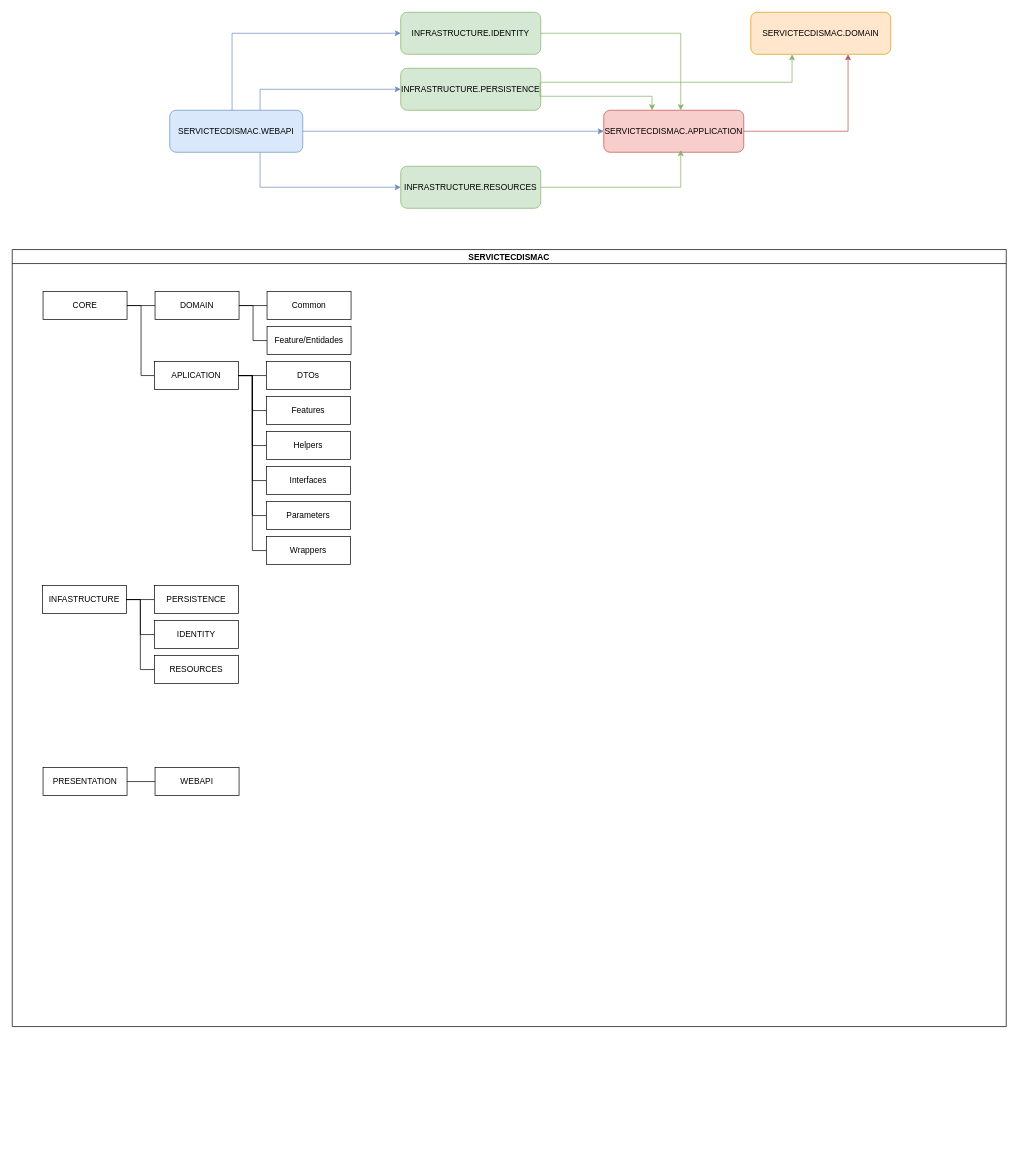
Earlier version of the draw.io diagram Diagrama sin título.drawio (tjtorrico/WEB.NET). Source tidied: cells renumbered, new cells numbered last; positions are measured from the earlier drawing's top-left corner, leaving out a move shared by most shapes. Both pictures are drawn from the tidied source at 70%, with x=0, y=0 at pixel (12, 12).
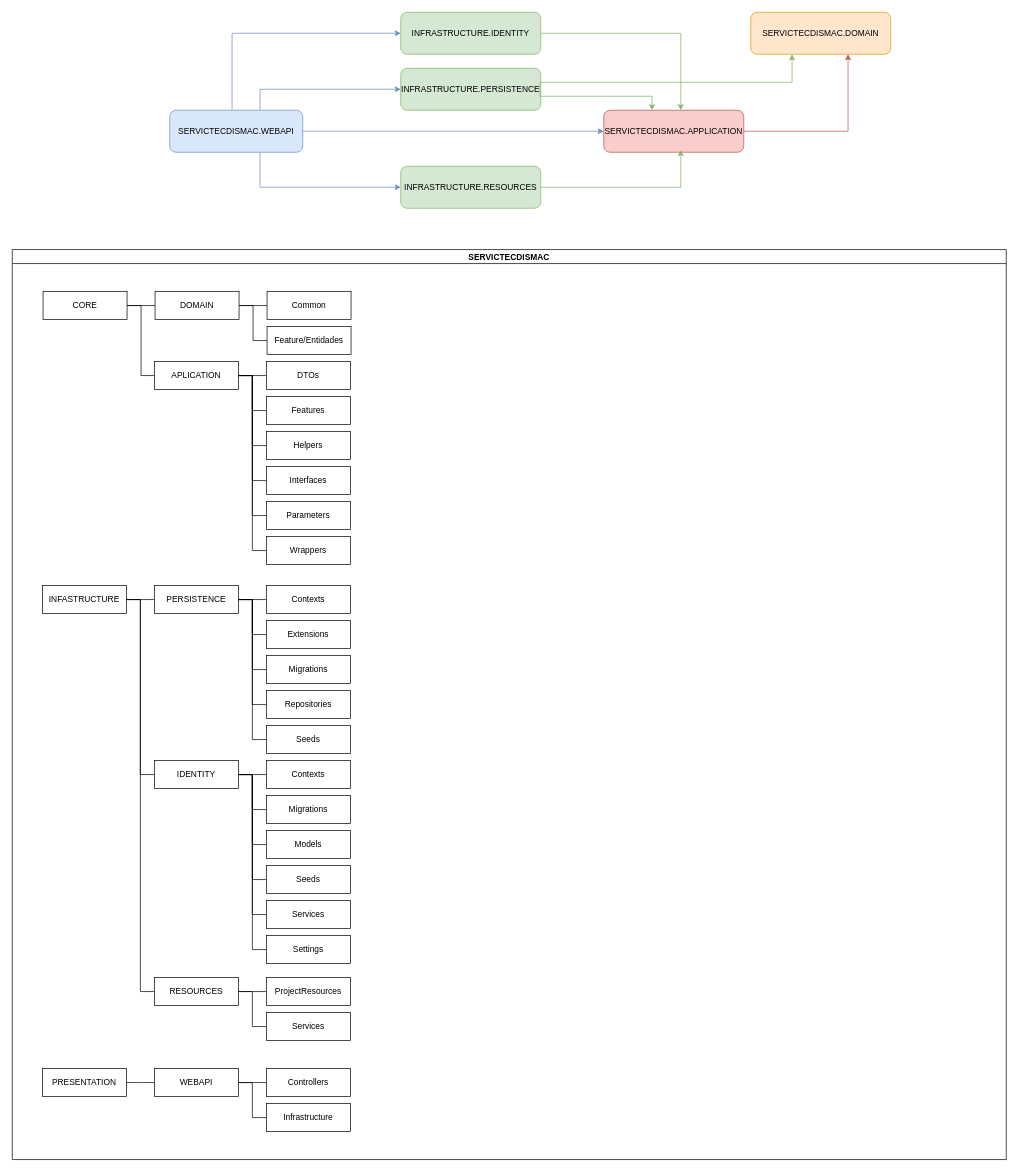
After the change.

The change refers to these unchanged cells:
```xml
<mxCell id="26" value="PERSISTENCE" style="whiteSpace=wrap;html=1;newEdgeStyle={&quot;edgeStyle&quot;:&quot;elbowEdgeStyle&quot;,&quot;startArrow&quot;:&quot;none&quot;,&quot;endArrow&quot;:&quot;none&quot;};" parent="17" vertex="1">
  <mxGeometry x="203" y="480" width="120" height="40" as="geometry" />
</mxCell>
```

What changed in the source:
```diff
@@
     <mxCell id="17" value="SERVICTECDISMAC" style="swimlane;startSize=20;horizontal=1;containerType=tree;" parent="1" vertex="1">
-      <mxGeometry y="339" width="1420" height="1110" as="geometry" />
+      <mxGeometry y="339" width="1420" height="1300" as="geometry" />
     </mxCell>
@@
     <mxCell id="20" value="PRESENTATION" style="whiteSpace=wrap;html=1;newEdgeStyle={&quot;edgeStyle&quot;:&quot;elbowEdgeStyle&quot;,&quot;startArrow&quot;:&quot;none&quot;,&quot;endArrow&quot;:&quot;none&quot;};" parent="17" vertex="1">
-      <mxGeometry x="44" y="740" width="120" height="40" as="geometry" />
+      <mxGeometry x="43" y="1170" width="120" height="40" as="geometry" />
     </mxCell>
@@
     <mxCell id="28" value="IDENTITY" style="whiteSpace=wrap;html=1;newEdgeStyle={&quot;edgeStyle&quot;:&quot;elbowEdgeStyle&quot;,&quot;startArrow&quot;:&quot;none&quot;,&quot;endArrow&quot;:&quot;none&quot;};" parent="17" vertex="1">
-      <mxGeometry x="203" y="530" width="120" height="40" as="geometry" />
+      <mxGeometry x="203" y="730" width="120" height="40" as="geometry" />
     </mxCell>
@@
     <mxCell id="30" value="RESOURCES" style="whiteSpace=wrap;html=1;newEdgeStyle={&quot;edgeStyle&quot;:&quot;elbowEdgeStyle&quot;,&quot;startArrow&quot;:&quot;none&quot;,&quot;endArrow&quot;:&quot;none&quot;};" parent="17" vertex="1">
-      <mxGeometry x="203" y="580" width="120" height="40" as="geometry" />
+      <mxGeometry x="203" y="1040" width="120" height="40" as="geometry" />
     </mxCell>
@@
     <mxCell id="32" value="WEBAPI" style="whiteSpace=wrap;html=1;newEdgeStyle={&quot;edgeStyle&quot;:&quot;elbowEdgeStyle&quot;,&quot;startArrow&quot;:&quot;none&quot;,&quot;endArrow&quot;:&quot;none&quot;};" parent="17" vertex="1">
-      <mxGeometry x="204" y="740" width="120" height="40" as="geometry" />
+      <mxGeometry x="203" y="1170" width="120" height="40" as="geometry" />
     </mxCell>
@@
+    <mxCell id="49" style="edgeStyle=elbowEdgeStyle;rounded=0;jettySize=auto;html=1;elbow=horizontal;startArrow=none;endArrow=none;" parent="17" edge="1" source="26" target="50">
+      <mxGeometry relative="1" as="geometry" />
+    </mxCell>
+    <mxCell id="50" value="Contexts" style="whiteSpace=wrap;html=1;newEdgeStyle={&quot;edgeStyle&quot;:&quot;elbowEdgeStyle&quot;,&quot;startArrow&quot;:&quot;none&quot;,&quot;endArrow&quot;:&quot;none&quot;};" parent="17" vertex="1">
+      <mxGeometry x="363" y="480" width="120" height="40" as="geometry" />
+    </mxCell>
+    <mxCell id="51" style="edgeStyle=elbowEdgeStyle;rounded=0;jettySize=auto;html=1;elbow=horizontal;startArrow=none;endArrow=none;" parent="17" edge="1" source="26" target="52">
+      <mxGeometry relative="1" as="geometry" />
+    </mxCell>
+    <mxCell id="52" value="Extensions" style="whiteSpace=wrap;html=1;newEdgeStyle={&quot;edgeStyle&quot;:&quot;elbowEdgeStyle&quot;,&quot;startArrow&quot;:&quot;none&quot;,&quot;endArrow&quot;:&quot;none&quot;};" parent="17" vertex="1">
+      <mxGeometry x="363" y="530" width="120" height="40" as="geometry" />
+    </mxCell>
+    <mxCell id="53" style="edgeStyle=elbowEdgeStyle;rounded=0;jettySize=auto;html=1;elbow=horizontal;startArrow=none;endArrow=none;" parent="17" edge="1" source="26" target="54">
+      <mxGeometry relative="1" as="geometry" />
+    </mxCell>
+    <mxCell id="54" value="Migrations" style="whiteSpace=wrap;html=1;newEdgeStyle={&quot;edgeStyle&quot;:&quot;elbowEdgeStyle&quot;,&quot;startArrow&quot;:&quot;none&quot;,&quot;endArrow&quot;:&quot;none&quot;};" parent="17" vertex="1">
+      <mxGeometry x="363" y="580" width="120" height="40" as="geometry" />
+    </mxCell>
+    <mxCell id="55" style="edgeStyle=elbowEdgeStyle;rounded=0;jettySize=auto;html=1;elbow=horizontal;startArrow=none;endArrow=none;" parent="17" edge="1" source="26" target="56">
+      <mxGeometry relative="1" as="geometry" />
+    </mxCell>
+    <mxCell id="56" value="Repositories" style="whiteSpace=wrap;html=1;newEdgeStyle={&quot;edgeStyle&quot;:&quot;elbowEdgeStyle&quot;,&quot;startArrow&quot;:&quot;none&quot;,&quot;endArrow&quot;:&quot;none&quot;};" parent="17" vertex="1">
+      <mxGeometry x="363" y="630" width="120" height="40" as="geometry" />
+    </mxCell>
+    <mxCell id="57" style="edgeStyle=elbowEdgeStyle;rounded=0;jettySize=auto;html=1;elbow=horizontal;startArrow=none;endArrow=none;" parent="17" edge="1" source="26" target="58">
+      <mxGeometry relative="1" as="geometry" />
+    </mxCell>
+    <mxCell id="58" value="Seeds" style="whiteSpace=wrap;html=1;newEdgeStyle={&quot;edgeStyle&quot;:&quot;elbowEdgeStyle&quot;,&quot;startArrow&quot;:&quot;none&quot;,&quot;endArrow&quot;:&quot;none&quot;};" parent="17" vertex="1">
+      <mxGeometry x="363" y="680" width="120" height="40" as="geometry" />
+    </mxCell>
+    <mxCell id="59" style="edgeStyle=elbowEdgeStyle;rounded=0;jettySize=auto;html=1;elbow=horizontal;startArrow=none;endArrow=none;" parent="17" edge="1" source="28" target="60">
+      <mxGeometry relative="1" as="geometry" />
+    </mxCell>
+    <mxCell id="60" value="Contexts" style="whiteSpace=wrap;html=1;newEdgeStyle={&quot;edgeStyle&quot;:&quot;elbowEdgeStyle&quot;,&quot;startArrow&quot;:&quot;none&quot;,&quot;endArrow&quot;:&quot;none&quot;};" parent="17" vertex="1">
+      <mxGeometry x="363" y="730" width="120" height="40" as="geometry" />
+    </mxCell>
+    <mxCell id="61" style="edgeStyle=elbowEdgeStyle;rounded=0;jettySize=auto;html=1;elbow=horizontal;startArrow=none;endArrow=none;" parent="17" edge="1" source="28" target="62">
+      <mxGeometry relative="1" as="geometry" />
+    </mxCell>
+    <mxCell id="62" value="Migrations" style="whiteSpace=wrap;html=1;newEdgeStyle={&quot;edgeStyle&quot;:&quot;elbowEdgeStyle&quot;,&quot;startArrow&quot;:&quot;none&quot;,&quot;endArrow&quot;:&quot;none&quot;};" parent="17" vertex="1">
+      <mxGeometry x="363" y="780" width="120" height="40" as="geometry" />
+    </mxCell>
+    <mxCell id="63" style="edgeStyle=elbowEdgeStyle;rounded=0;jettySize=auto;html=1;elbow=horizontal;startArrow=none;endArrow=none;" parent="17" edge="1" source="28" target="64">
+      <mxGeometry relative="1" as="geometry" />
+    </mxCell>
+    <mxCell id="64" value="Models" style="whiteSpace=wrap;html=1;newEdgeStyle={&quot;edgeStyle&quot;:&quot;elbowEdgeStyle&quot;,&quot;startArrow&quot;:&quot;none&quot;,&quot;endArrow&quot;:&quot;none&quot;};" parent="17" vertex="1">
+      <mxGeometry x="363" y="830" width="120" height="40" as="geometry" />
+    </mxCell>
+    <mxCell id="65" style="edgeStyle=elbowEdgeStyle;rounded=0;jettySize=auto;html=1;elbow=horizontal;startArrow=none;endArrow=none;" parent="17" edge="1" source="28" target="66">
+      <mxGeometry relative="1" as="geometry" />
+    </mxCell>
+    <mxCell id="66" value="Seeds" style="whiteSpace=wrap;html=1;newEdgeStyle={&quot;edgeStyle&quot;:&quot;elbowEdgeStyle&quot;,&quot;startArrow&quot;:&quot;none&quot;,&quot;endArrow&quot;:&quot;none&quot;};" parent="17" vertex="1">
+      <mxGeometry x="363" y="880" width="120" height="40" as="geometry" />
+    </mxCell>
+    <mxCell id="67" style="edgeStyle=elbowEdgeStyle;rounded=0;jettySize=auto;html=1;elbow=horizontal;startArrow=none;endArrow=none;" parent="17" edge="1" source="28" target="68">
+      <mxGeometry relative="1" as="geometry" />
+    </mxCell>
+    <mxCell id="68" value="Services" style="whiteSpace=wrap;html=1;newEdgeStyle={&quot;edgeStyle&quot;:&quot;elbowEdgeStyle&quot;,&quot;startArrow&quot;:&quot;none&quot;,&quot;endArrow&quot;:&quot;none&quot;};" parent="17" vertex="1">
+      <mxGeometry x="363" y="930" width="120" height="40" as="geometry" />
+    </mxCell>
+    <mxCell id="69" style="edgeStyle=elbowEdgeStyle;rounded=0;jettySize=auto;html=1;elbow=horizontal;startArrow=none;endArrow=none;" parent="17" edge="1" source="28" target="70">
+      <mxGeometry relative="1" as="geometry" />
+    </mxCell>
+    <mxCell id="70" value="Settings" style="whiteSpace=wrap;html=1;newEdgeStyle={&quot;edgeStyle&quot;:&quot;elbowEdgeStyle&quot;,&quot;startArrow&quot;:&quot;none&quot;,&quot;endArrow&quot;:&quot;none&quot;};" parent="17" vertex="1">
+      <mxGeometry x="363" y="980" width="120" height="40" as="geometry" />
+    </mxCell>
+    <mxCell id="71" style="edgeStyle=elbowEdgeStyle;rounded=0;jettySize=auto;html=1;elbow=horizontal;startArrow=none;endArrow=none;" parent="17" edge="1" source="30" target="72">
+      <mxGeometry relative="1" as="geometry" />
+    </mxCell>
+    <mxCell id="72" value="ProjectResources" style="whiteSpace=wrap;html=1;newEdgeStyle={&quot;edgeStyle&quot;:&quot;elbowEdgeStyle&quot;,&quot;startArrow&quot;:&quot;none&quot;,&quot;endArrow&quot;:&quot;none&quot;};" parent="17" vertex="1">
+      <mxGeometry x="363" y="1040" width="120" height="40" as="geometry" />
+    </mxCell>
+    <mxCell id="73" style="edgeStyle=elbowEdgeStyle;rounded=0;jettySize=auto;html=1;elbow=horizontal;startArrow=none;endArrow=none;" parent="17" edge="1" source="30" target="74">
+      <mxGeometry relative="1" as="geometry" />
+    </mxCell>
+    <mxCell id="74" value="Services" style="whiteSpace=wrap;html=1;newEdgeStyle={&quot;edgeStyle&quot;:&quot;elbowEdgeStyle&quot;,&quot;startArrow&quot;:&quot;none&quot;,&quot;endArrow&quot;:&quot;none&quot;};" parent="17" vertex="1">
+      <mxGeometry x="363" y="1090" width="120" height="40" as="geometry" />
+    </mxCell>
+    <mxCell id="75" style="edgeStyle=elbowEdgeStyle;rounded=0;jettySize=auto;html=1;elbow=horizontal;startArrow=none;endArrow=none;" parent="17" edge="1" source="32" target="76">
+      <mxGeometry relative="1" as="geometry" />
+    </mxCell>
+    <mxCell id="76" value="Controllers" style="whiteSpace=wrap;html=1;newEdgeStyle={&quot;edgeStyle&quot;:&quot;elbowEdgeStyle&quot;,&quot;startArrow&quot;:&quot;none&quot;,&quot;endArrow&quot;:&quot;none&quot;};" parent="17" vertex="1">
+      <mxGeometry x="363" y="1170" width="120" height="40" as="geometry" />
+    </mxCell>
+    <mxCell id="77" style="edgeStyle=elbowEdgeStyle;rounded=0;jettySize=auto;html=1;elbow=horizontal;startArrow=none;endArrow=none;" parent="17" edge="1" source="32" target="78">
+      <mxGeometry relative="1" as="geometry" />
+    </mxCell>
+    <mxCell id="78" value="Infrastructure" style="whiteSpace=wrap;html=1;newEdgeStyle={&quot;edgeStyle&quot;:&quot;elbowEdgeStyle&quot;,&quot;startArrow&quot;:&quot;none&quot;,&quot;endArrow&quot;:&quot;none&quot;};" parent="17" vertex="1">
+      <mxGeometry x="363" y="1220" width="120" height="40" as="geometry" />
+    </mxCell>
```
